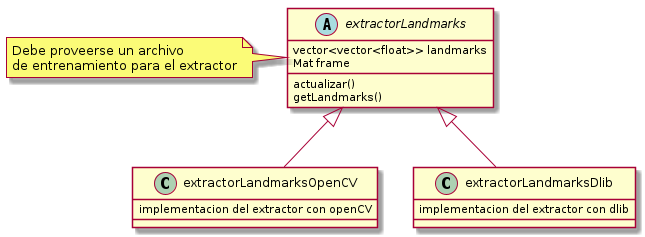
agustinavila/ProyectoVision keeps this PlantUML diagram as Diagrama/extractorLandmarks.png. Above is the earlier version.
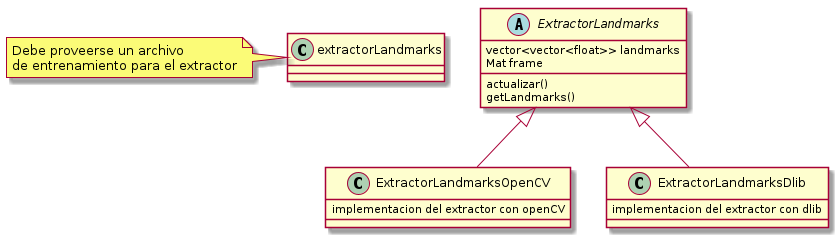
The same diagram one commit later.

Change to the diagram source:
```diff
@@ -1,5 +1,5 @@
 @startuml extractorLandmarks
-abstract class extractorLandmarks{
+abstract class ExtractorLandmarks{
 
 	vector<vector<float>> landmarks
 	Mat frame
@@ -11,12 +11,12 @@
 de entrenamiento para el extractor
 end note
 
-class extractorLandmarksOpenCV{
+class ExtractorLandmarksOpenCV{
 implementacion del extractor con openCV
 }
-extractorLandmarks<|-- extractorLandmarksOpenCV
-extractorLandmarks<|-- extractorLandmarksDlib
-class extractorLandmarksDlib{
+ExtractorLandmarks<|-- ExtractorLandmarksOpenCV
+ExtractorLandmarks<|-- ExtractorLandmarksDlib
+class ExtractorLandmarksDlib{
 implementacion del extractor con dlib
 }
 @enduml
```
